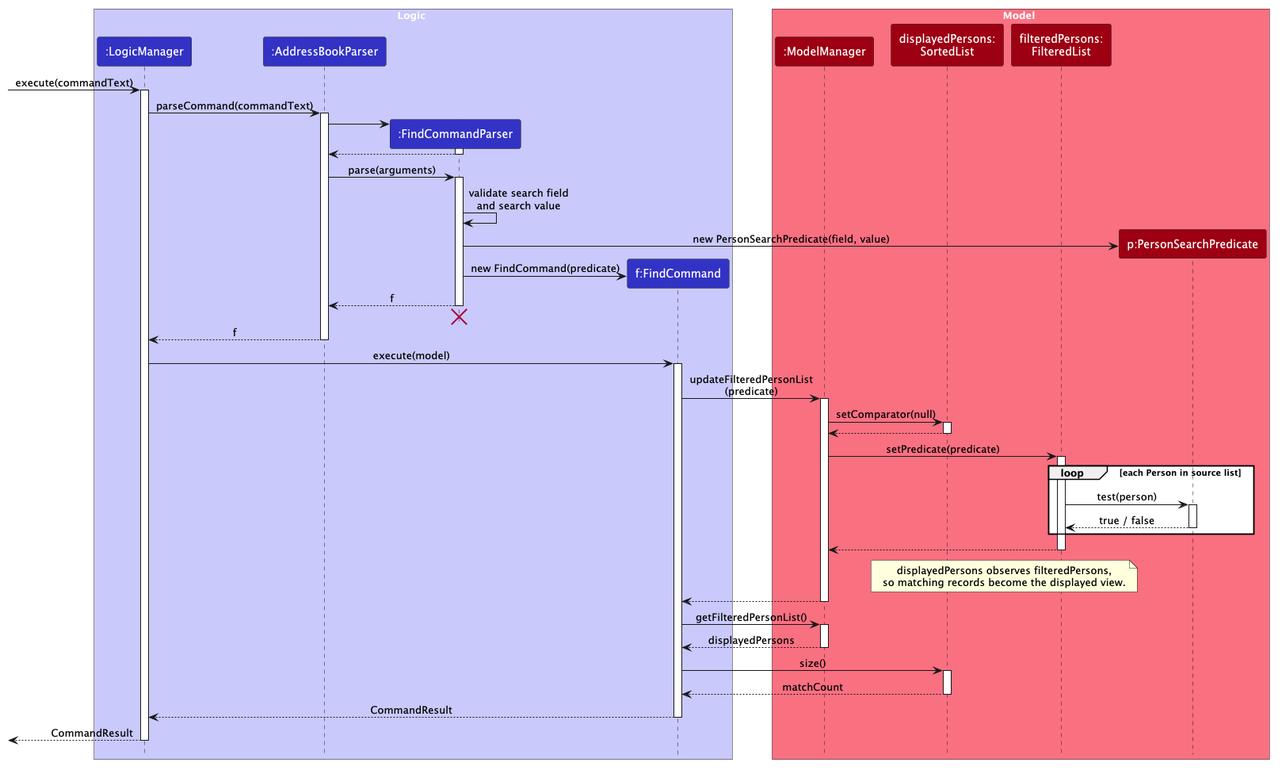
The PlantUML diagram docs/diagrams/FindCommandSequenceDiagram.png in 24JonW/tp, before a commit.
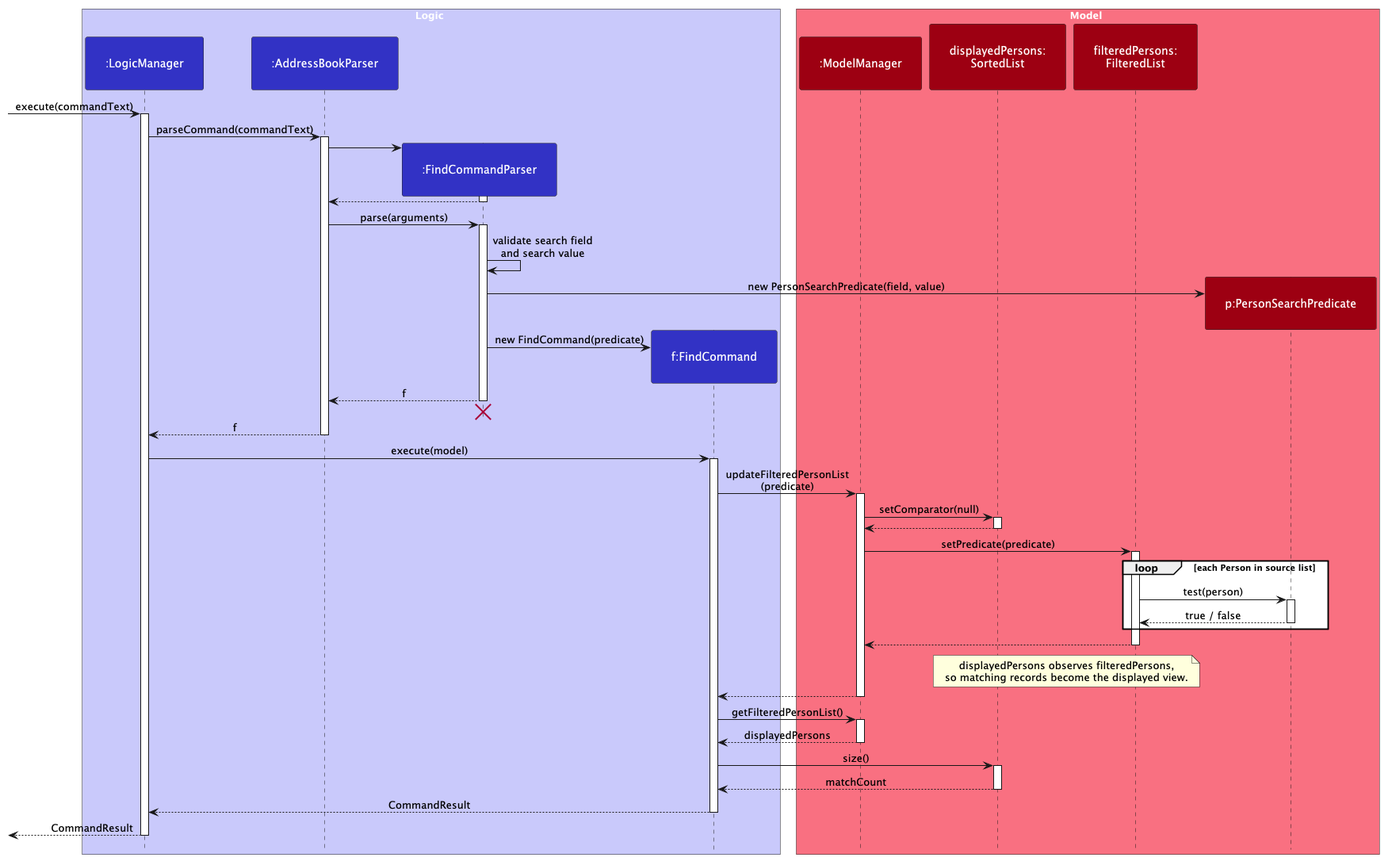
After the commit.

Commit message:
Update the puml diagram to improve aesthetics

Diff of the diagram source:
```diff
@@ -5,7 +5,7 @@
 
 <style>
 participant {
-    Padding 10
+    Padding 25
 
 }
 </style>
```
